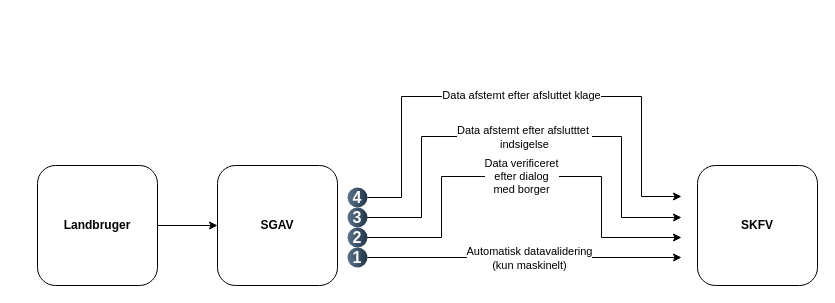
Before: Untitled Diagram.drawio in Zaladk/drawio, a draw.io diagram. Source tidied: cells renumbered, new cells numbered last; positions are measured from the earlier drawing's top-left corner, leaving out a move shared by most shapes. Both pictures are drawn from the tidied source at 100%, with x=0, y=0 at pixel (37, 96).
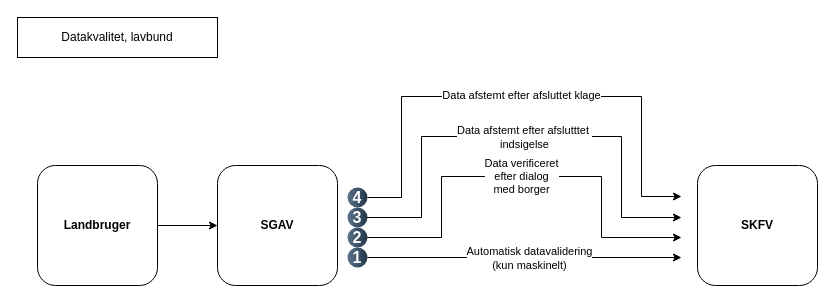
After the change.

Change to the diagram source:
```diff
@@
+    <mxCell id="17" value="Datakvalitet, lavbund" style="rounded=0;whiteSpace=wrap;html=1;" parent="1" vertex="1">
+      <mxGeometry x="-20" y="-79" width="200" height="40" as="geometry" />
+    </mxCell>
```
